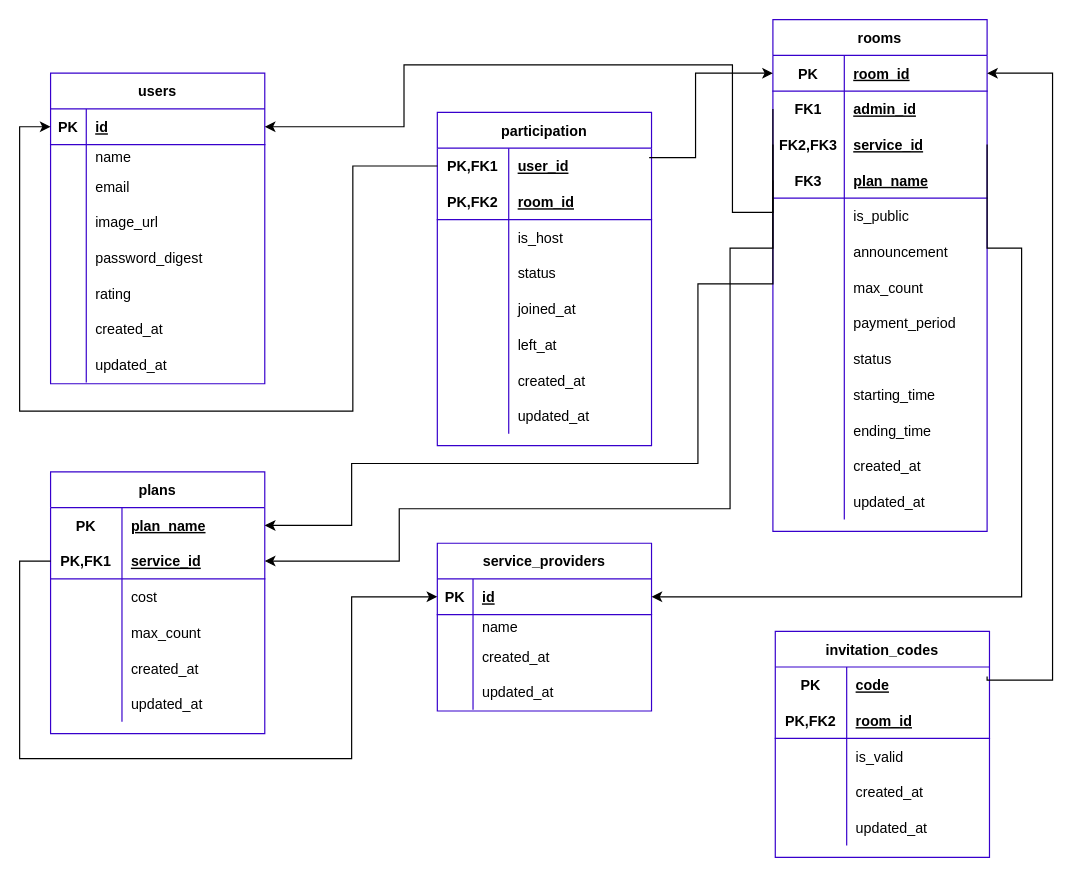
billsgates/salamander keeps this draw.io diagram as db/schema/table.drawio. Above is the earlier version. Source tidied: cells renumbered, new cells numbered last; positions are measured from the earlier drawing's top-left corner, leaving out a move shared by most shapes. Both pictures are drawn from the tidied source at 119%, with x=0, y=0 at pixel (19, 19).
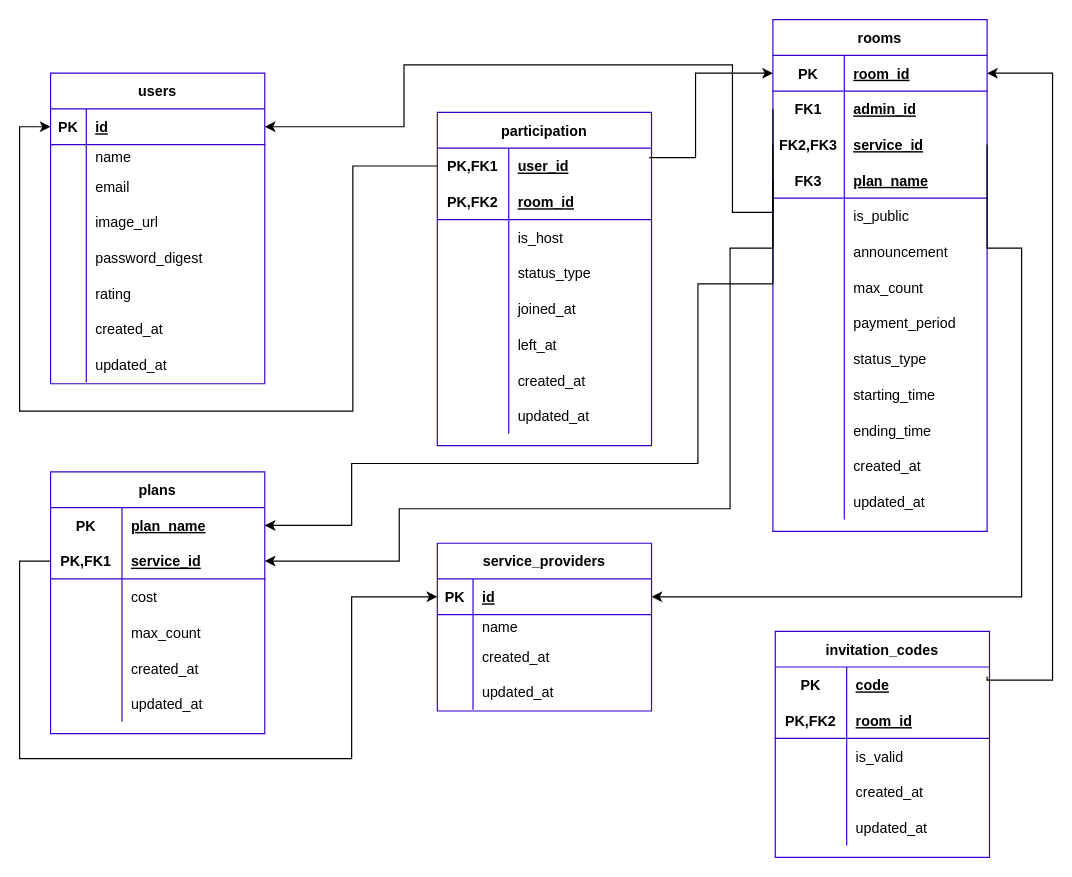
The same page after the edit.

Unchanged cells that the change refers to:
```xml
<mxCell id="84" style="shape=partialRectangle;fillColor=none;top=0;left=0;bottom=0;right=0;" parent="59" vertex="1">
  <mxGeometry y="270" width="180" height="30" as="geometry" />
</mxCell>
<mxCell id="109" style="shape=partialRectangle;fillColor=none;top=0;left=0;bottom=0;right=0;" parent="99" vertex="1">
  <mxGeometry y="120" width="180" height="30" as="geometry" />
</mxCell>
```

Diff of the diagram source:
```diff
@@
-    <mxCell id="86" value="status" style="shape=partialRectangle;fillColor=none;top=0;left=0;bottom=0;right=0;align=left;spacingLeft=6;overflow=hidden;fontColor=#000000;" parent="84" vertex="1">
+    <mxCell id="86" value="status_type" style="shape=partialRectangle;fillColor=none;top=0;left=0;bottom=0;right=0;align=left;spacingLeft=6;overflow=hidden;fontColor=#000000;" parent="84" vertex="1">
       <mxGeometry x="60" width="120" height="30" as="geometry" />
     </mxCell>
@@
-    <mxCell id="111" value="status" style="shape=partialRectangle;fillColor=none;top=0;left=0;bottom=0;right=0;align=left;spacingLeft=6;overflow=hidden;fontColor=#000000;" parent="109" vertex="1">
+    <mxCell id="111" value="status_type" style="shape=partialRectangle;fillColor=none;top=0;left=0;bottom=0;right=0;align=left;spacingLeft=6;overflow=hidden;fontColor=#000000;" parent="109" vertex="1">
       <mxGeometry x="60" width="120" height="30" as="geometry" />
     </mxCell>
```
